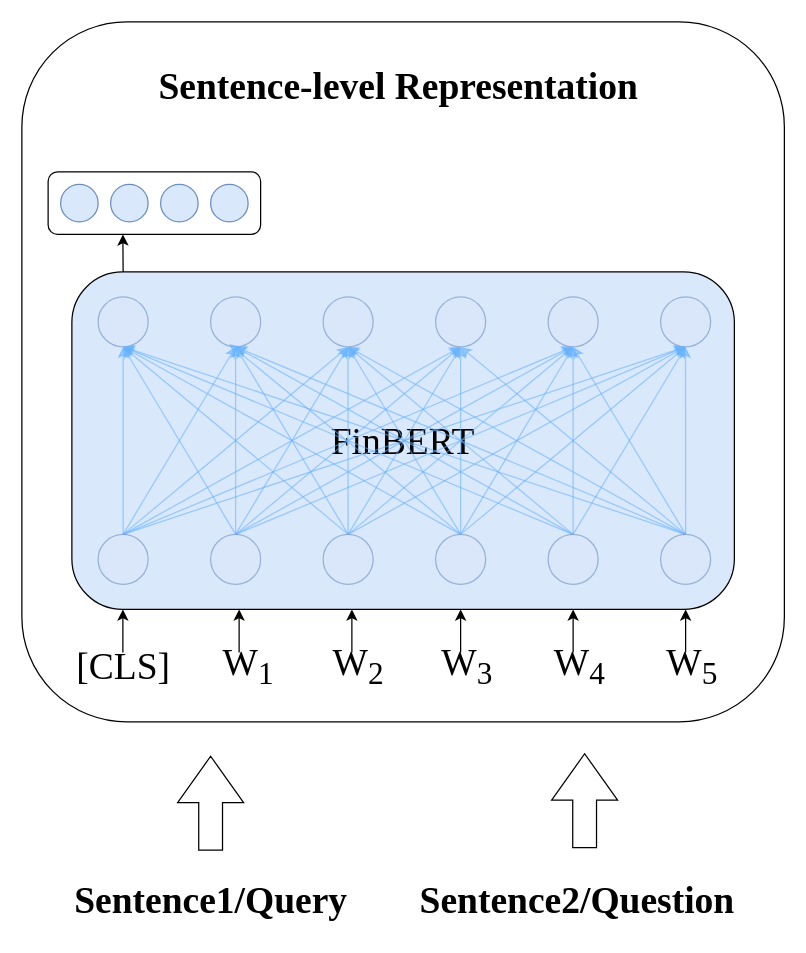
Before: text_match/finbert.drawio in lengyueit/paper_pic, a draw.io diagram. Source tidied: cells renumbered, new cells numbered last; positions are measured from the earlier drawing's top-left corner, leaving out a move shared by most shapes. Both pictures are drawn from the tidied source at 125%, with x=0, y=0 at pixel (21, 21).
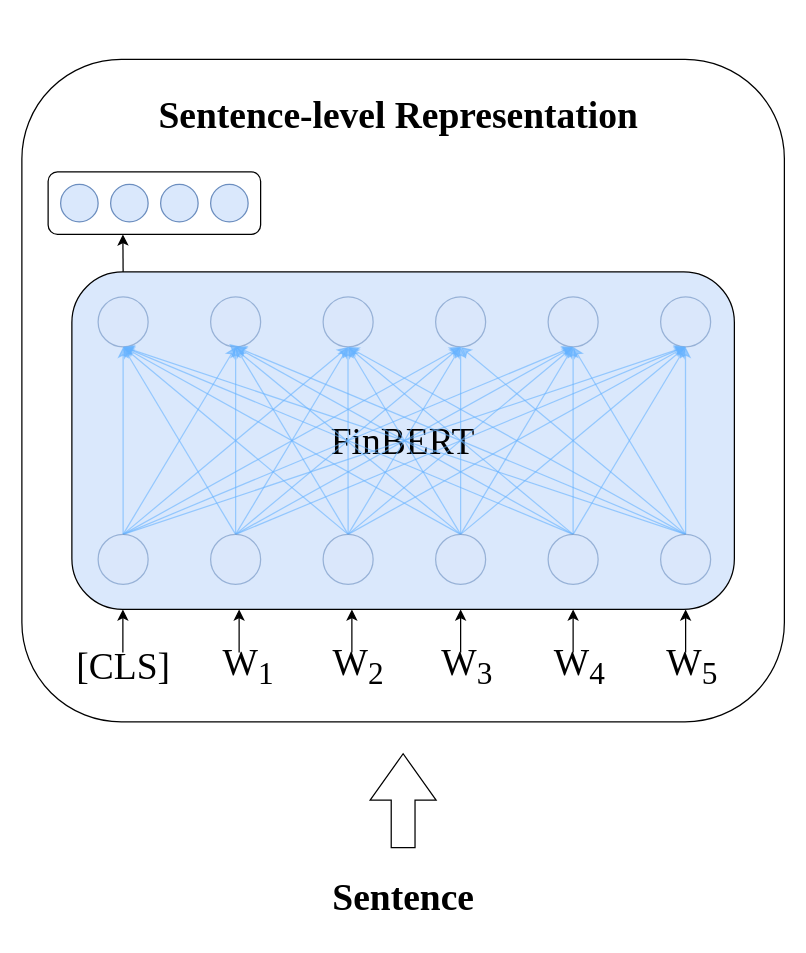
Above is the later version.

Diff of the diagram source:
```diff
@@
     <mxCell id="2" style="rounded=1;whiteSpace=wrap;html=1;" parent="1" vertex="1">
-      <mxGeometry width="610" height="560" as="geometry" />
+      <mxGeometry y="30" width="610" height="530" as="geometry" />
     </mxCell>
     <mxCell id="3" value="&lt;font style=&quot;font-size: 30px;&quot; face=&quot;Times New Roman&quot;&gt;&lt;b&gt;Sentence-level Representation&lt;/b&gt;&lt;/font&gt;" style="text;html=1;align=center;verticalAlign=middle;strokeColor=none;fillColor=none;" parent="1" vertex="1">
-      <mxGeometry x="96" y="26" width="410" height="50" as="geometry" />
+      <mxGeometry x="96" y="49" width="410" height="50" as="geometry" />
     </mxCell>
@@
-    <mxCell id="71" value="&lt;font face=&quot;Times New Roman&quot; style=&quot;font-size: 30px;&quot;&gt;&lt;b&gt;Sentence1/Query&lt;/b&gt;&lt;/font&gt;" style="text;html=1;align=center;verticalAlign=middle;strokeColor=none;fillColor=none;" parent="1" vertex="1">
-      <mxGeometry x="31" y="677" width="240" height="50" as="geometry" />
+    <mxCell id="71" value="&lt;font face=&quot;Times New Roman&quot; style=&quot;font-size: 30px;&quot;&gt;&lt;b&gt;Sentence&lt;br&gt;&lt;/b&gt;&lt;/font&gt;" style="text;html=1;align=center;verticalAlign=middle;strokeColor=none;fillColor=none;" parent="1" vertex="1">
+      <mxGeometry x="235" y="675" width="140" height="50" as="geometry" />
     </mxCell>
-    <mxCell id="72" value="&lt;font face=&quot;Times New Roman&quot; style=&quot;font-size: 30px;&quot;&gt;&lt;b&gt;Sentence2/Question&lt;/b&gt;&lt;/font&gt;" style="text;html=1;align=center;verticalAlign=middle;strokeColor=none;fillColor=none;" parent="1" vertex="1">
-      <mxGeometry x="303.5" y="677" width="280" height="50" as="geometry" />
-    </mxCell>
     <mxCell id="73" style="shape=flexArrow;endArrow=classic;html=1;rounded=0;endWidth=32.72727272727273;endSize=12.047619047619047;width=19.047619047619047;" parent="1" edge="1">
       <mxGeometry relative="1" as="geometry">
-        <mxPoint x="151" y="663" as="sourcePoint" />
-        <mxPoint x="151" y="587" as="targetPoint" />
+        <mxPoint x="305" y="661" as="sourcePoint" />
+        <mxPoint x="305" y="585" as="targetPoint" />
       </mxGeometry>
     </mxCell>
-    <mxCell id="74" style="shape=flexArrow;endArrow=classic;html=1;rounded=0;endWidth=32.72727272727273;endSize=12.047619047619047;width=19.047619047619047;" parent="1" edge="1">
-      <mxGeometry relative="1" as="geometry">
-        <mxPoint x="450.2" y="661" as="sourcePoint" />
-        <mxPoint x="450.2" y="585" as="targetPoint" />
-      </mxGeometry>
-    </mxCell>
```
